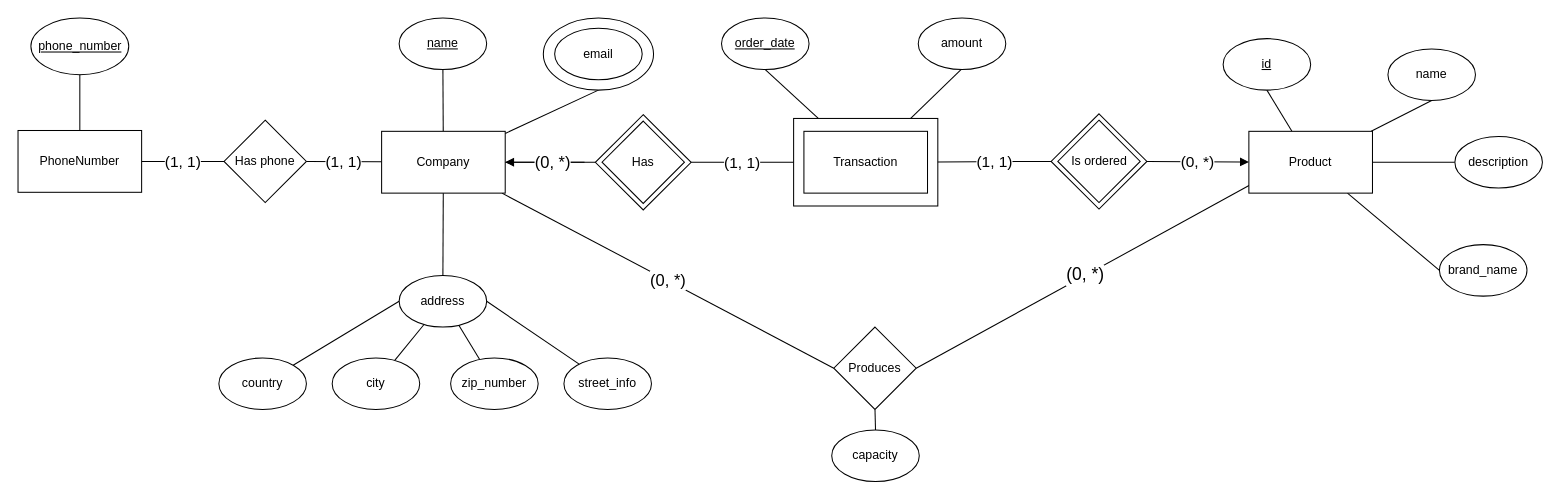
Before: docs/er.drawio in semwett0301/db_homework, a draw.io diagram. Source tidied: cells renumbered, new cells numbered last; positions are measured from the earlier drawing's top-left corner, leaving out a move shared by most shapes. Both pictures are drawn from the tidied source at 103%, with x=0, y=0 at pixel (18, 18).
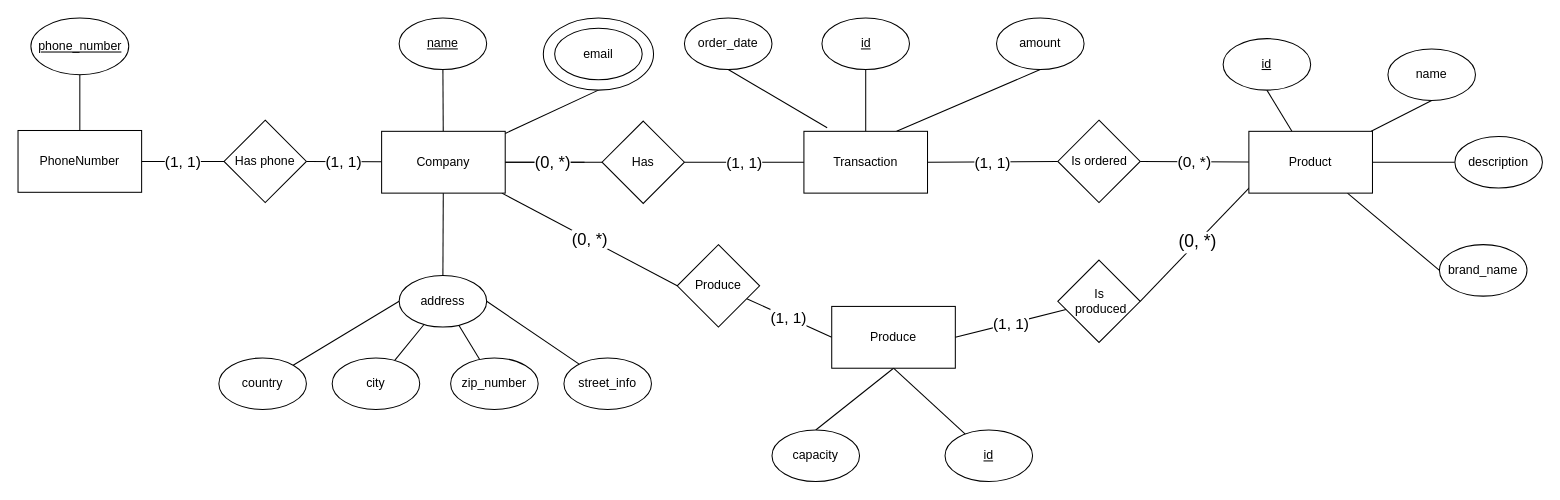
The same page after the edit.

The change refers to these unchanged cells:
```xml
<mxCell id="8" value="Product" style="rounded=0;whiteSpace=wrap;html=1;" parent="1" vertex="1">
  <mxGeometry x="1195" y="110" width="120" height="60" as="geometry" />
</mxCell>
<mxCell id="19" value="Company" style="rounded=0;whiteSpace=wrap;html=1;" parent="1" vertex="1">
  <mxGeometry x="353" y="110" width="120" height="60" as="geometry" />
</mxCell>
```

What changed in the source:
```diff
@@
-    <mxCell id="6" value="&lt;font style=&quot;font-size: 17px;&quot;&gt;(0, *)&lt;/font&gt;" style="rounded=0;jettySize=auto;html=1;entryX=1;entryY=0.5;entryDx=0;entryDy=0;endArrow=none;endFill=0;" parent="1" edge="1" target="35">
+    <mxCell id="6" value="&lt;font style=&quot;font-size: 17px;&quot;&gt;(0, *)&lt;/font&gt;" style="rounded=0;jettySize=auto;html=1;endArrow=none;endFill=0;entryX=1;entryY=0.5;entryDx=0;entryDy=0;" parent="1" edge="1" target="63">
       <mxGeometry relative="1" as="geometry">
         <mxPoint x="1200" y="160" as="sourcePoint" />
       </mxGeometry>
     </mxCell>
-    <mxCell id="7" value="&lt;font style=&quot;font-size: 15px;&quot;&gt;(0, *)&lt;/font&gt;" style="rounded=0;jettySize=auto;html=1;entryX=1;entryY=0.5;entryDx=0;entryDy=0;endArrow=none;endFill=0;startArrow=block;startFill=1;" parent="1" edge="1" source="8" target="48">
+    <mxCell id="7" value="&lt;font style=&quot;font-size: 15px;&quot;&gt;(0, *)&lt;/font&gt;" style="rounded=0;jettySize=auto;html=1;entryX=1;entryY=0.5;entryDx=0;entryDy=0;endArrow=none;endFill=0;startArrow=none;startFill=0;" parent="1" edge="1" source="8" target="49">
       <mxGeometry relative="1" as="geometry" />
     </mxCell>
@@
-    <mxCell id="16" value="&lt;font style=&quot;font-size: 16px;&quot;&gt;(0, *)&lt;/font&gt;" style="rounded=0;jettySize=auto;html=1;entryX=0;entryY=0.5;entryDx=0;entryDy=0;endArrow=none;endFill=0;" parent="1" edge="1" source="19" target="35">
-      <mxGeometry relative="1" as="geometry" />
+    <mxCell id="16" value="&lt;font style=&quot;font-size: 16px;&quot;&gt;(0, *)&lt;/font&gt;" style="rounded=0;jettySize=auto;html=1;endArrow=none;endFill=0;" parent="1" edge="1" source="19">
+      <mxGeometry relative="1" as="geometry">
+        <mxPoint x="640" y="260" as="targetPoint" />
+      </mxGeometry>
     </mxCell>
-    <mxCell id="17" style="rounded=0;jettySize=auto;html=1;entryX=0;entryY=0.5;entryDx=0;entryDy=0;endArrow=none;endFill=0;startArrow=openThin;startFill=0;" parent="1" edge="1" source="19" target="45">
+    <mxCell id="17" style="rounded=0;jettySize=auto;html=1;endArrow=none;endFill=0;startArrow=none;startFill=0;entryX=0;entryY=0.5;entryDx=0;entryDy=0;" parent="1" edge="1" source="19" target="46">
       <mxGeometry relative="1" as="geometry" />
     </mxCell>
@@
-    <mxCell id="34" style="rounded=0;jettySize=auto;html=1;entryX=0.5;entryY=0;entryDx=0;entryDy=0;exitX=0.5;exitY=1;exitDx=0;exitDy=0;endArrow=none;endFill=0;" parent="1" edge="1" source="35" target="36">
+    <mxCell id="34" style="rounded=0;jettySize=auto;html=1;entryX=0.5;entryY=0;entryDx=0;entryDy=0;exitX=0.5;exitY=1;exitDx=0;exitDy=0;endArrow=none;endFill=0;" parent="1" edge="1" source="61" target="36">
       <mxGeometry relative="1" as="geometry" />
     </mxCell>
-    <mxCell id="35" value="Produces" style="rhombus;whiteSpace=wrap;html=1;" parent="1" vertex="1">
-      <mxGeometry x="792" y="300" width="80" height="80" as="geometry" />
-    </mxCell>
     <mxCell id="36" value="capacity" style="ellipse;whiteSpace=wrap;html=1;" parent="1" vertex="1">
-      <mxGeometry x="790" y="400" width="85" height="50" as="geometry" />
+      <mxGeometry x="732" y="400" width="85" height="50" as="geometry" />
     </mxCell>
-    <mxCell id="37" style="group;" parent="1" vertex="1">
-      <mxGeometry x="753" y="97.5" width="140" height="85" as="geometry" />
-    </mxCell>
-    <mxCell id="38" style="rounded=0;whiteSpace=wrap;html=1;" parent="37" vertex="1">
-      <mxGeometry width="140" height="85" as="geometry" />
-    </mxCell>
-    <mxCell id="39" value="Transaction" style="rounded=0;whiteSpace=wrap;html=1;" parent="37" vertex="1">
-      <mxGeometry x="10" y="12.5" width="120" height="60" as="geometry" />
-    </mxCell>
-    <mxCell id="40" value="order_date" style="ellipse;whiteSpace=wrap;html=1;fontStyle=4;" parent="1" vertex="1">
-      <mxGeometry x="683" width="85" height="50" as="geometry" />
+    <mxCell id="40" value="order_date" style="ellipse;whiteSpace=wrap;html=1;fontStyle=0;" parent="1" vertex="1">
+      <mxGeometry x="647" width="85" height="50" as="geometry" />
     </mxCell>
     <mxCell id="41" value="amount" style="ellipse;whiteSpace=wrap;html=1;" parent="1" vertex="1">
-      <mxGeometry x="874" width="85" height="50" as="geometry" />
+      <mxGeometry x="950" width="85" height="50" as="geometry" />
     </mxCell>
-    <mxCell id="42" style="rounded=0;jettySize=auto;html=1;entryX=0.5;entryY=1;entryDx=0;entryDy=0;endArrow=none;endFill=0;" parent="1" edge="1" source="38" target="40">
+    <mxCell id="42" style="rounded=0;jettySize=auto;html=1;entryX=0.5;entryY=1;entryDx=0;entryDy=0;endArrow=none;endFill=0;exitX=0.188;exitY=-0.057;exitDx=0;exitDy=0;exitPerimeter=0;" parent="1" edge="1" source="39" target="40">
       <mxGeometry relative="1" as="geometry" />
     </mxCell>
-    <mxCell id="43" style="rounded=0;jettySize=auto;html=1;entryX=0.5;entryY=1;entryDx=0;entryDy=0;endArrow=none;endFill=0;" parent="1" edge="1" source="38">
-      <mxGeometry relative="1" as="geometry">
-        <mxPoint x="915.5" y="50" as="targetPoint" />
-      </mxGeometry>
+    <mxCell id="43" style="rounded=0;jettySize=auto;html=1;entryX=0.5;entryY=1;entryDx=0;entryDy=0;endArrow=none;endFill=0;exitX=0.75;exitY=0;exitDx=0;exitDy=0;" parent="1" edge="1" source="39" target="41">
+      <mxGeometry relative="1" as="geometry" />
     </mxCell>
-    <mxCell id="44" style="group;" parent="1" vertex="1">
-      <mxGeometry x="560.5" y="93.8" width="93" height="92.5" as="geometry" />
-    </mxCell>
-    <mxCell id="45" style="rhombus;whiteSpace=wrap;html=1;" parent="44" vertex="1">
-      <mxGeometry width="93" height="92.5" as="geometry" />
-    </mxCell>
-    <mxCell id="46" value="Has" style="rhombus;whiteSpace=wrap;html=1;" parent="44" vertex="1">
-      <mxGeometry x="6.5" y="6.2" width="80" height="80" as="geometry" />
-    </mxCell>
-    <mxCell id="47" style="group;" parent="1" vertex="1">
-      <mxGeometry x="1003" y="93" width="93" height="92.5" as="geometry" />
-    </mxCell>
-    <mxCell id="48" style="rhombus;whiteSpace=wrap;html=1;" parent="47" vertex="1">
-      <mxGeometry width="93" height="92.5" as="geometry" />
-    </mxCell>
-    <mxCell id="49" value="Is ordered" style="rhombus;whiteSpace=wrap;html=1;" parent="47" vertex="1">
-      <mxGeometry x="6.5" y="6.2" width="80" height="80" as="geometry" />
-    </mxCell>
-    <mxCell id="50" value="&lt;font style=&quot;font-size: 15px;&quot;&gt;(1, 1)&lt;/font&gt;" style="rounded=0;jettySize=auto;html=1;endArrow=none;endFill=0;entryX=1;entryY=0.5;entryDx=0;entryDy=0;exitX=0;exitY=0.5;exitDx=0;exitDy=0;" parent="1" edge="1" source="38" target="45">
+    <mxCell id="50" value="&lt;font style=&quot;font-size: 15px;&quot;&gt;(1, 1)&lt;/font&gt;" style="rounded=0;jettySize=auto;html=1;endArrow=none;endFill=0;exitX=0;exitY=0.5;exitDx=0;exitDy=0;entryX=1;entryY=0.5;entryDx=0;entryDy=0;" parent="1" edge="1" source="39" target="46">
       <mxGeometry relative="1" as="geometry" />
     </mxCell>
-    <mxCell id="51" value="&lt;font style=&quot;font-size: 15px;&quot;&gt;(1, 1)&lt;/font&gt;" style="rounded=0;jettySize=auto;html=1;entryX=0;entryY=0.5;entryDx=0;entryDy=0;endArrow=none;endFill=0;" parent="1" edge="1" source="38" target="48">
+    <mxCell id="51" value="&lt;font style=&quot;font-size: 15px;&quot;&gt;(1, 1)&lt;/font&gt;" style="rounded=0;jettySize=auto;html=1;entryX=0;entryY=0.5;entryDx=0;entryDy=0;endArrow=none;endFill=0;exitX=1;exitY=0.5;exitDx=0;exitDy=0;" parent="1" edge="1" source="39" target="49">
       <mxGeometry relative="1" as="geometry" />
     </mxCell>
-    <mxCell id="52" value="&lt;font style=&quot;font-size: 16px;&quot;&gt;(0, *)&lt;/font&gt;" style="edgeStyle=orthogonalEdgeStyle;rounded=0;jettySize=auto;html=1;endArrow=block;endFill=1;" parent="1" edge="1" target="19">
+    <mxCell id="52" value="&lt;font style=&quot;font-size: 16px;&quot;&gt;(0, *)&lt;/font&gt;" style="edgeStyle=orthogonalEdgeStyle;rounded=0;jettySize=auto;html=1;endArrow=none;endFill=0;" parent="1" edge="1" target="19">
       <mxGeometry x="-0.22" relative="1" as="geometry">
         <mxPoint x="550" y="140" as="sourcePoint" />
         <Array as="points">
           <mxPoint x="520" y="140" />
           <mxPoint x="520" y="140" />
         </Array>
         <mxPoint x="-1" as="offset" />
       </mxGeometry>
     </mxCell>
@@
+    <mxCell id="46" value="Has" style="rhombus;whiteSpace=wrap;html=1;" parent="1" vertex="1">
+      <mxGeometry x="567" y="100" width="80" height="80" as="geometry" />
+    </mxCell>
+    <mxCell id="57" style="rounded=0;jettySize=auto;html=1;entryX=0.5;entryY=1;entryDx=0;entryDy=0;endArrow=none;endFill=0;" parent="1" edge="1" source="39" target="58">
+      <mxGeometry relative="1" as="geometry" />
+    </mxCell>
+    <mxCell id="39" value="Transaction" style="rounded=0;whiteSpace=wrap;html=1;" parent="1" vertex="1">
+      <mxGeometry x="763" y="110" width="120" height="60" as="geometry" />
+    </mxCell>
+    <mxCell id="49" value="Is ordered" style="rhombus;whiteSpace=wrap;html=1;" parent="1" vertex="1">
+      <mxGeometry x="1009.5" y="99.2" width="80" height="80" as="geometry" />
+    </mxCell>
+    <mxCell id="58" value="&lt;u&gt;id&lt;/u&gt;" style="ellipse;whiteSpace=wrap;html=1;fontStyle=0;" parent="1" vertex="1">
+      <mxGeometry x="780.5" width="85" height="50" as="geometry" />
+    </mxCell>
+    <mxCell id="59" value="&lt;font style=&quot;font-size: 15px;&quot;&gt;(1, 1)&lt;/font&gt;" style="rounded=0;jettySize=auto;html=1;entryX=0;entryY=0.5;entryDx=0;entryDy=0;endArrow=none;endFill=0;" parent="1" edge="1" source="60" target="61">
+      <mxGeometry relative="1" as="geometry" />
+    </mxCell>
+    <mxCell id="60" value="Produce" style="rhombus;whiteSpace=wrap;html=1;" parent="1" vertex="1">
+      <mxGeometry x="640" y="220" width="80" height="80" as="geometry" />
+    </mxCell>
+    <mxCell id="61" value="Produce" style="rounded=0;whiteSpace=wrap;html=1;" parent="1" vertex="1">
+      <mxGeometry x="790" y="280" width="120" height="60" as="geometry" />
+    </mxCell>
+    <mxCell id="62" value="&lt;font style=&quot;font-size: 15px;&quot;&gt;(1, 1)&lt;/font&gt;" style="rounded=0;jettySize=auto;html=1;entryX=1;entryY=0.5;entryDx=0;entryDy=0;endArrow=none;endFill=0;" parent="1" edge="1" source="63" target="61">
+      <mxGeometry relative="1" as="geometry" />
+    </mxCell>
+    <mxCell id="63" value="Is&lt;br&gt;&amp;nbsp;produced" style="rhombus;whiteSpace=wrap;html=1;" parent="1" vertex="1">
+      <mxGeometry x="1009.5" y="235" width="80" height="80" as="geometry" />
+    </mxCell>
+    <mxCell id="64" style="rounded=0;jettySize=auto;html=1;entryX=0.5;entryY=1;entryDx=0;entryDy=0;endArrow=none;endFill=0;" parent="1" edge="1" source="65" target="61">
+      <mxGeometry relative="1" as="geometry" />
+    </mxCell>
+    <mxCell id="65" value="&lt;u&gt;id&lt;/u&gt;" style="ellipse;whiteSpace=wrap;html=1;" parent="1" vertex="1">
+      <mxGeometry x="900" y="400" width="85" height="50" as="geometry" />
+    </mxCell>
```
